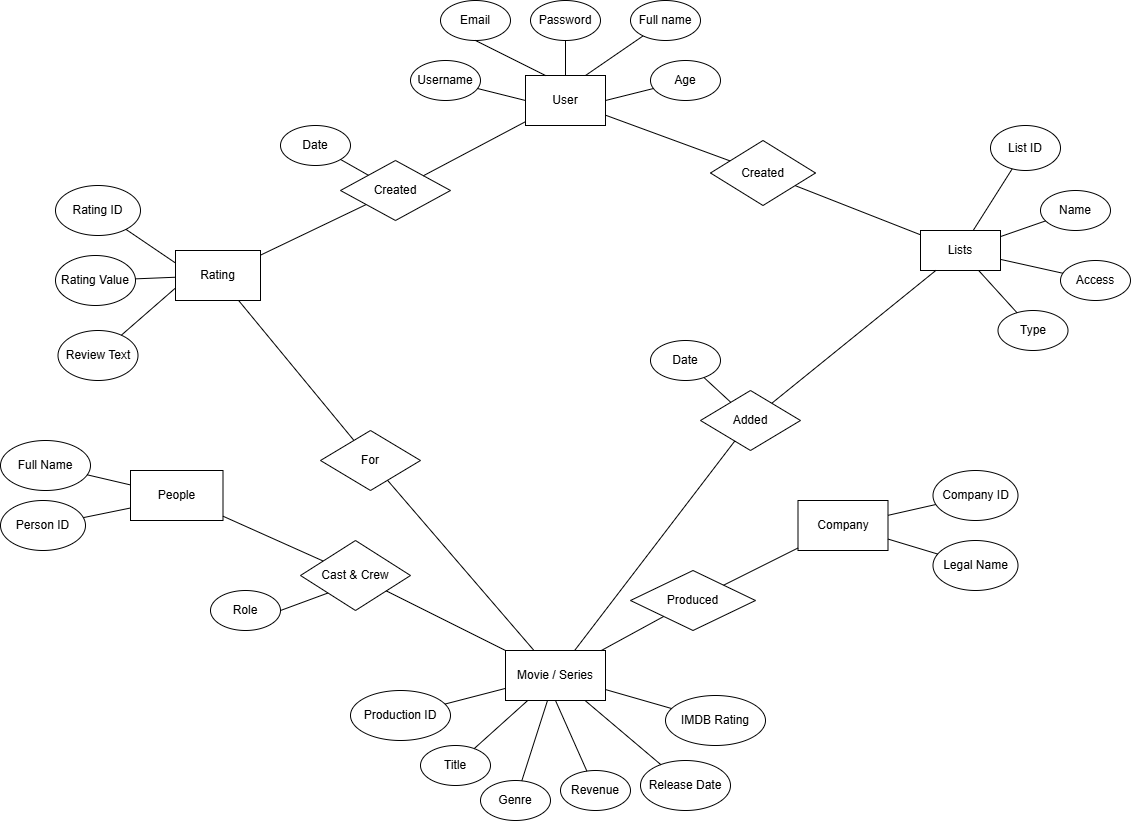
The draw.io diagram ER_diagram.png in Pedram2004/movie-review-database, before a commit. Source tidied: cells renumbered, new cells last; positions are measured from the earlier drawing's top-left corner, leaving out a move shared by most shapes.
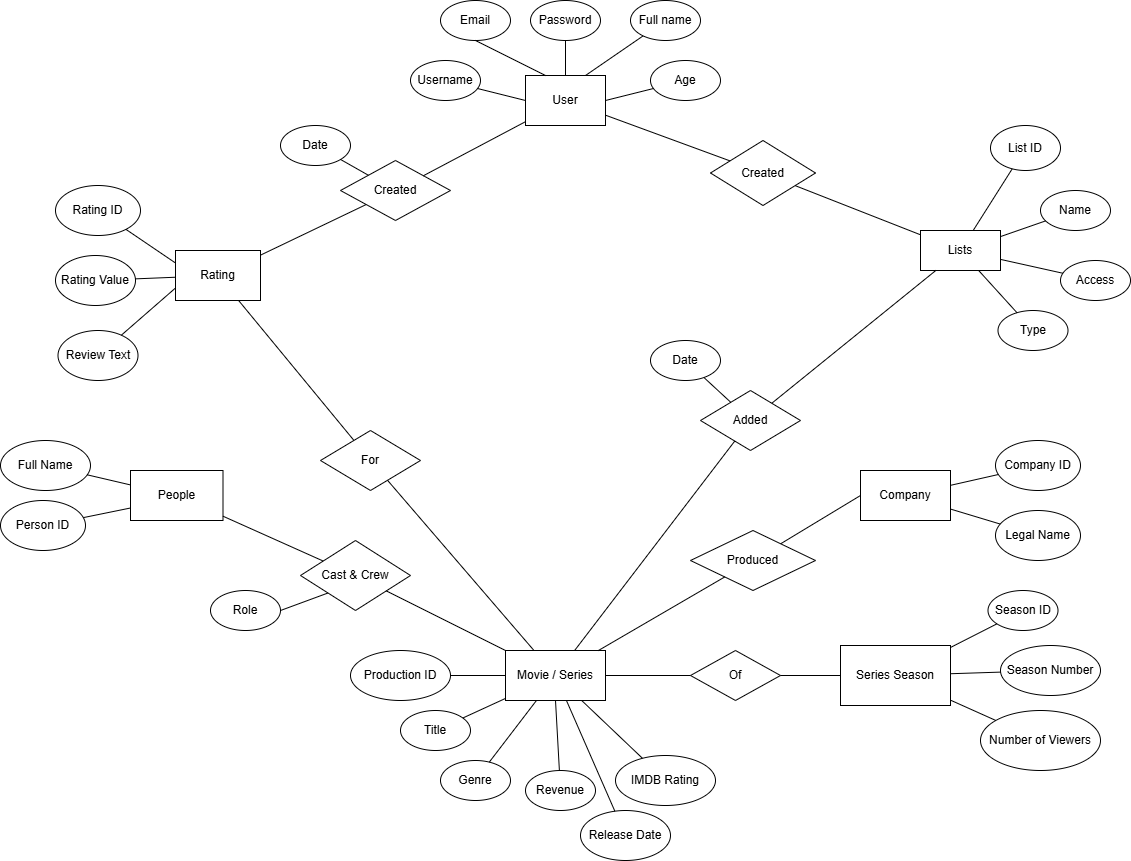
The same file after the commit.

Commit message:
Entity Season added to ER design and to Normalization.md

What changed in the source:
```diff
@@ -60,19 +60,19 @@
       <mxGeometry x="505" y="650" width="100" height="50" as="geometry" />
     </mxCell>
     <mxCell id="21" value="Title" style="ellipse;whiteSpace=wrap;html=1;" parent="1" vertex="1">
-      <mxGeometry x="420" y="745" width="70" height="40" as="geometry" />
+      <mxGeometry x="400" y="710" width="70" height="40" as="geometry" />
     </mxCell>
     <mxCell id="22" value="Genre" style="ellipse;whiteSpace=wrap;html=1;" parent="1" vertex="1">
-      <mxGeometry x="480" y="780" width="70" height="40" as="geometry" />
+      <mxGeometry x="440" y="760" width="70" height="40" as="geometry" />
     </mxCell>
     <mxCell id="23" value="IMDB Rating" style="ellipse;whiteSpace=wrap;html=1;" parent="1" vertex="1">
-      <mxGeometry x="665" y="695" width="100" height="50" as="geometry" />
+      <mxGeometry x="615" y="755" width="100" height="50" as="geometry" />
     </mxCell>
     <mxCell id="24" value="Revenue" style="ellipse;whiteSpace=wrap;html=1;" parent="1" vertex="1">
-      <mxGeometry x="560" y="770" width="70" height="40" as="geometry" />
+      <mxGeometry x="525" y="770" width="70" height="40" as="geometry" />
     </mxCell>
     <mxCell id="25" value="Release Date" style="ellipse;whiteSpace=wrap;html=1;" parent="1" vertex="1">
-      <mxGeometry x="640" y="760" width="90" height="50" as="geometry" />
+      <mxGeometry x="580" y="810" width="90" height="50" as="geometry" />
     </mxCell>
     <mxCell id="26" style="endArrow=none;html=1;rounded=0;fontSize=12;startSize=8;endSize=8;curved=1;" parent="1" edge="1" source="21" target="20">
       <mxGeometry relative="1" as="geometry" />
@@ -177,18 +177,18 @@
       <mxGeometry relative="1" as="geometry" />
     </mxCell>
     <mxCell id="60" value="Legal Name" style="ellipse;whiteSpace=wrap;html=1;" parent="1" vertex="1">
-      <mxGeometry x="932.5" y="540" width="85" height="50" as="geometry" />
+      <mxGeometry x="995" y="510" width="85" height="50" as="geometry" />
     </mxCell>
     <mxCell id="61" value="Company" style="rounded=0;whiteSpace=wrap;html=1;" parent="1" vertex="1">
-      <mxGeometry x="797.5" y="500" width="90" height="50" as="geometry" />
+      <mxGeometry x="860" y="470" width="90" height="50" as="geometry" />
     </mxCell>
     <mxCell id="62" style="endArrow=none;html=1;rounded=0;fontSize=12;startSize=8;endSize=8;curved=1;" parent="1" edge="1" source="61" target="60">
       <mxGeometry relative="1" as="geometry" />
     </mxCell>
     <mxCell id="63" value="Produced" style="rhombus;whiteSpace=wrap;html=1;" parent="1" vertex="1">
-      <mxGeometry x="630" y="570" width="125" height="60" as="geometry" />
+      <mxGeometry x="690" y="530" width="125" height="60" as="geometry" />
     </mxCell>
-    <mxCell id="64" style="endArrow=none;html=1;rounded=0;fontSize=12;startSize=8;endSize=8;curved=1;" parent="1" edge="1" source="63" target="61">
+    <mxCell id="64" style="endArrow=none;html=1;rounded=0;fontSize=12;startSize=8;endSize=8;curved=1;entryX=0;entryY=0.5;entryDx=0;entryDy=0;" parent="1" edge="1" source="63" target="61">
       <mxGeometry relative="1" as="geometry" />
     </mxCell>
     <mxCell id="65" style="endArrow=none;html=1;rounded=0;fontSize=12;startSize=8;endSize=8;curved=1;" parent="1" edge="1" source="20" target="63">
@@ -219,16 +219,46 @@
       <mxGeometry relative="1" as="geometry" />
     </mxCell>
     <mxCell id="74" value="Production ID" style="ellipse;whiteSpace=wrap;html=1;" parent="1" vertex="1">
-      <mxGeometry x="350" y="690" width="100" height="50" as="geometry" />
+      <mxGeometry x="350" y="650" width="100" height="50" as="geometry" />
     </mxCell>
     <mxCell id="75" style="endArrow=none;html=1;rounded=0;" parent="1" edge="1" source="74" target="20">
       <mxGeometry relative="1" as="geometry" />
     </mxCell>
     <mxCell id="76" value="Company ID" style="ellipse;whiteSpace=wrap;html=1;" parent="1" vertex="1">
-      <mxGeometry x="932.5" y="470" width="85" height="50" as="geometry" />
+      <mxGeometry x="995" y="440" width="85" height="50" as="geometry" />
     </mxCell>
     <mxCell id="77" style="endArrow=none;html=1;rounded=0;" parent="1" edge="1" source="61" target="76">
       <mxGeometry relative="1" as="geometry" />
     </mxCell>
+    <mxCell id="78" value="Series Season" style="rounded=0;whiteSpace=wrap;html=1;" parent="1" vertex="1">
+      <mxGeometry x="840" y="645" width="110" height="60" as="geometry" />
+    </mxCell>
+    <mxCell id="79" value="Season ID" style="ellipse;whiteSpace=wrap;html=1;" parent="1" vertex="1">
+      <mxGeometry x="987.5" y="590" width="70" height="40" as="geometry" />
+    </mxCell>
+    <mxCell id="80" value="Number of Viewers" style="ellipse;whiteSpace=wrap;html=1;" parent="1" vertex="1">
+      <mxGeometry x="980" y="710" width="120" height="60" as="geometry" />
+    </mxCell>
+    <mxCell id="81" value="Season Number" style="ellipse;whiteSpace=wrap;html=1;" parent="1" vertex="1">
+      <mxGeometry x="1000" y="645" width="100" height="50" as="geometry" />
+    </mxCell>
+    <mxCell id="82" style="endArrow=none;html=1;rounded=0;" parent="1" edge="1" source="78" target="79">
+      <mxGeometry relative="1" as="geometry" />
+    </mxCell>
+    <mxCell id="83" style="endArrow=none;html=1;rounded=0;" parent="1" edge="1" source="78" target="81">
+      <mxGeometry relative="1" as="geometry" />
+    </mxCell>
+    <mxCell id="84" style="endArrow=none;html=1;rounded=0;" parent="1" edge="1" source="78" target="80">
+      <mxGeometry relative="1" as="geometry" />
+    </mxCell>
+    <mxCell id="85" value="Of" style="rhombus;whiteSpace=wrap;html=1;" parent="1" vertex="1">
+      <mxGeometry x="690" y="650" width="90" height="50" as="geometry" />
+    </mxCell>
+    <mxCell id="86" style="endArrow=none;html=1;rounded=0;" parent="1" edge="1" source="85" target="78">
+      <mxGeometry relative="1" as="geometry" />
+    </mxCell>
+    <mxCell id="87" style="endArrow=none;html=1;rounded=0;" parent="1" edge="1" source="20" target="85">
+      <mxGeometry relative="1" as="geometry" />
+    </mxCell>
   </root>
 </mxGraphModel>
```
